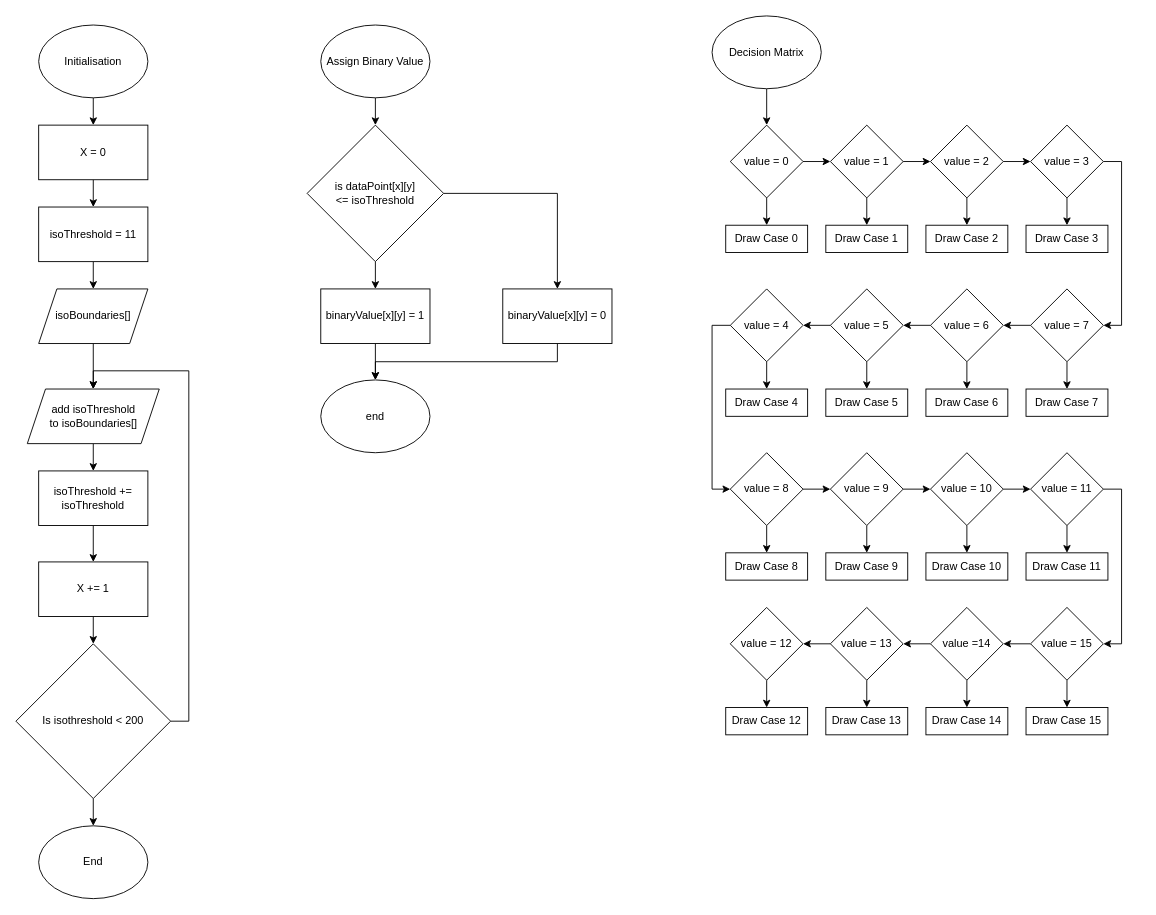
Earlier version of the draw.io diagram Assets/isolinealgorithm.drawio (olliej111/RTS-Unit-Control). Source tidied: cells renumbered, new cells numbered last; positions are measured from the earlier drawing's top-left corner, leaving out a move shared by most shapes. Both pictures are drawn from the tidied source at 91%, with x=0, y=0 at pixel (15, 15).
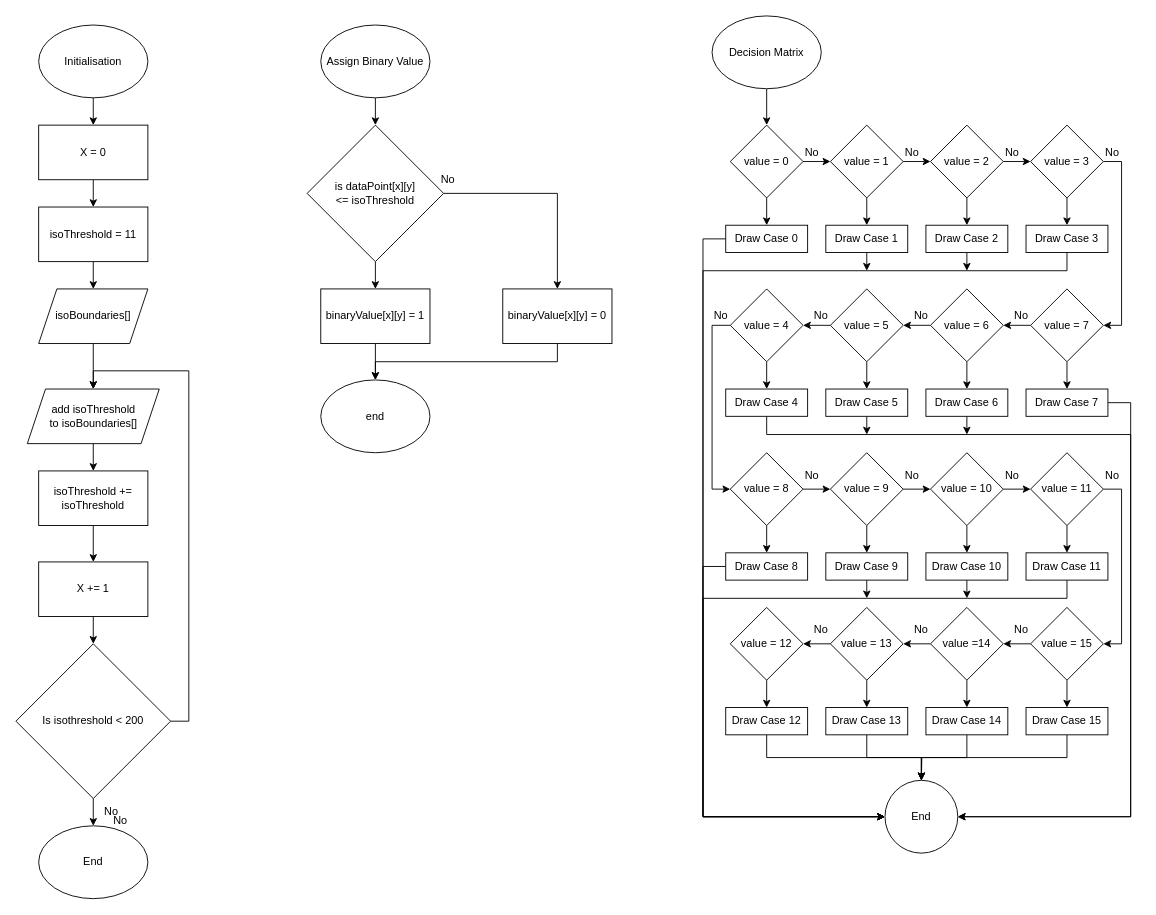
Above is the later version.

The change refers to these unchanged cells:
```xml
<mxCell id="79" value="Draw Case 0" style="rounded=0;whiteSpace=wrap;html=1;" parent="1" vertex="1">
  <mxGeometry x="780" y="230" width="90" height="30" as="geometry" />
</mxCell>
<mxCell id="80" value="Draw Case 1" style="rounded=0;whiteSpace=wrap;html=1;" parent="1" vertex="1">
  <mxGeometry x="890" y="230" width="90" height="30" as="geometry" />
</mxCell>
<mxCell id="81" value="Draw Case 2" style="rounded=0;whiteSpace=wrap;html=1;" parent="1" vertex="1">
  <mxGeometry x="1000" y="230" width="90" height="30" as="geometry" />
</mxCell>
<mxCell id="82" value="Draw Case 3" style="rounded=0;whiteSpace=wrap;html=1;" parent="1" vertex="1">
  <mxGeometry x="1110" y="230" width="90" height="30" as="geometry" />
</mxCell>
<mxCell id="83" value="Draw Case 4" style="rounded=0;whiteSpace=wrap;html=1;" parent="1" vertex="1">
  <mxGeometry x="780" y="410" width="90" height="30" as="geometry" />
</mxCell>
<mxCell id="84" value="Draw Case 5" style="rounded=0;whiteSpace=wrap;html=1;" parent="1" vertex="1">
  <mxGeometry x="890" y="410" width="90" height="30" as="geometry" />
</mxCell>
<mxCell id="85" value="Draw Case 6" style="rounded=0;whiteSpace=wrap;html=1;" parent="1" vertex="1">
  <mxGeometry x="1000" y="410" width="90" height="30" as="geometry" />
</mxCell>
<mxCell id="86" value="Draw Case 7" style="rounded=0;whiteSpace=wrap;html=1;" parent="1" vertex="1">
  <mxGeometry x="1110" y="410" width="90" height="30" as="geometry" />
</mxCell>
<mxCell id="87" value="Draw Case 8" style="rounded=0;whiteSpace=wrap;html=1;" parent="1" vertex="1">
  <mxGeometry x="780" y="590" width="90" height="30" as="geometry" />
</mxCell>
<mxCell id="88" value="Draw Case 9" style="rounded=0;whiteSpace=wrap;html=1;" parent="1" vertex="1">
  <mxGeometry x="890" y="590" width="90" height="30" as="geometry" />
</mxCell>
<mxCell id="89" value="Draw Case 10" style="rounded=0;whiteSpace=wrap;html=1;" parent="1" vertex="1">
  <mxGeometry x="1000" y="590" width="90" height="30" as="geometry" />
</mxCell>
<mxCell id="90" value="Draw Case 11" style="rounded=0;whiteSpace=wrap;html=1;" parent="1" vertex="1">
  <mxGeometry x="1110" y="590" width="90" height="30" as="geometry" />
</mxCell>
<mxCell id="91" value="Draw Case 12" style="rounded=0;whiteSpace=wrap;html=1;" parent="1" vertex="1">
  <mxGeometry x="780" y="760" width="90" height="30" as="geometry" />
</mxCell>
<mxCell id="92" value="Draw Case 13" style="rounded=0;whiteSpace=wrap;html=1;" parent="1" vertex="1">
  <mxGeometry x="890" y="760" width="90" height="30" as="geometry" />
</mxCell>
<mxCell id="93" value="Draw Case 14" style="rounded=0;whiteSpace=wrap;html=1;" parent="1" vertex="1">
  <mxGeometry x="1000" y="760" width="90" height="30" as="geometry" />
</mxCell>
<mxCell id="94" value="Draw Case 15" style="rounded=0;whiteSpace=wrap;html=1;" parent="1" vertex="1">
  <mxGeometry x="1110" y="760" width="90" height="30" as="geometry" />
</mxCell>
```

Change to the diagram source:
```diff
@@
+    <mxCell id="95" style="edgeStyle=orthogonalEdgeStyle;rounded=0;jettySize=auto;html=1;exitX=0;exitY=0.5;exitDx=0;exitDy=0;entryX=0;entryY=0.5;entryDx=0;entryDy=0;" parent="1" edge="1" source="79" target="111">
+      <mxGeometry relative="1" as="geometry">
+        <Array as="points">
+          <mxPoint x="755" y="245" />
+          <mxPoint x="755" y="880" />
+        </Array>
+      </mxGeometry>
+    </mxCell>
@@
+    <mxCell id="96" style="edgeStyle=orthogonalEdgeStyle;rounded=0;jettySize=auto;html=1;exitX=0.5;exitY=1;exitDx=0;exitDy=0;" parent="1" edge="1" source="80">
+      <mxGeometry relative="1" as="geometry">
+        <mxPoint x="935" y="280" as="targetPoint" />
+      </mxGeometry>
+    </mxCell>
@@
+    <mxCell id="97" style="edgeStyle=orthogonalEdgeStyle;rounded=0;jettySize=auto;html=1;exitX=0.5;exitY=1;exitDx=0;exitDy=0;" parent="1" edge="1" source="81">
+      <mxGeometry relative="1" as="geometry">
+        <mxPoint x="1045" y="280" as="targetPoint" />
+      </mxGeometry>
+    </mxCell>
@@
+    <mxCell id="98" style="edgeStyle=orthogonalEdgeStyle;rounded=0;jettySize=auto;html=1;exitX=0.5;exitY=1;exitDx=0;exitDy=0;entryX=0;entryY=0.5;entryDx=0;entryDy=0;" parent="1" edge="1" source="82" target="111">
+      <mxGeometry relative="1" as="geometry">
+        <Array as="points">
+          <mxPoint x="1155" y="280" />
+          <mxPoint x="755" y="280" />
+          <mxPoint x="755" y="880" />
+        </Array>
+      </mxGeometry>
+    </mxCell>
@@
+    <mxCell id="99" style="edgeStyle=orthogonalEdgeStyle;rounded=0;jettySize=auto;html=1;exitX=0.5;exitY=1;exitDx=0;exitDy=0;" parent="1" edge="1" source="83">
+      <mxGeometry relative="1" as="geometry">
+        <mxPoint x="1035" y="880" as="targetPoint" />
+        <Array as="points">
+          <mxPoint x="825" y="460" />
+          <mxPoint x="1225" y="460" />
+          <mxPoint x="1225" y="880" />
+        </Array>
+      </mxGeometry>
+    </mxCell>
@@
+    <mxCell id="100" style="edgeStyle=orthogonalEdgeStyle;rounded=0;jettySize=auto;html=1;exitX=0.5;exitY=1;exitDx=0;exitDy=0;" parent="1" edge="1" source="84">
+      <mxGeometry relative="1" as="geometry">
+        <mxPoint x="935" y="460" as="targetPoint" />
+      </mxGeometry>
+    </mxCell>
@@
+    <mxCell id="101" style="edgeStyle=orthogonalEdgeStyle;rounded=0;jettySize=auto;html=1;exitX=0.5;exitY=1;exitDx=0;exitDy=0;" parent="1" edge="1" source="85">
+      <mxGeometry relative="1" as="geometry">
+        <mxPoint x="1045" y="460" as="targetPoint" />
+      </mxGeometry>
+    </mxCell>
@@
+    <mxCell id="102" style="edgeStyle=orthogonalEdgeStyle;rounded=0;jettySize=auto;html=1;exitX=1;exitY=0.5;exitDx=0;exitDy=0;entryX=1;entryY=0.5;entryDx=0;entryDy=0;" parent="1" edge="1" source="86" target="111">
+      <mxGeometry relative="1" as="geometry">
+        <Array as="points">
+          <mxPoint x="1225" y="425" />
+          <mxPoint x="1225" y="880" />
+        </Array>
+      </mxGeometry>
+    </mxCell>
@@
+    <mxCell id="103" style="edgeStyle=orthogonalEdgeStyle;rounded=0;jettySize=auto;html=1;exitX=0;exitY=0.5;exitDx=0;exitDy=0;entryX=0;entryY=0.5;entryDx=0;entryDy=0;" parent="1" edge="1" source="87" target="111">
+      <mxGeometry relative="1" as="geometry">
+        <Array as="points">
+          <mxPoint x="755" y="605" />
+          <mxPoint x="755" y="880" />
+        </Array>
+      </mxGeometry>
+    </mxCell>
@@
+    <mxCell id="104" style="edgeStyle=orthogonalEdgeStyle;rounded=0;jettySize=auto;html=1;exitX=0.5;exitY=1;exitDx=0;exitDy=0;" parent="1" edge="1" source="88">
+      <mxGeometry relative="1" as="geometry">
+        <mxPoint x="935" y="640" as="targetPoint" />
+      </mxGeometry>
+    </mxCell>
@@
+    <mxCell id="105" style="edgeStyle=orthogonalEdgeStyle;rounded=0;jettySize=auto;html=1;exitX=0.5;exitY=1;exitDx=0;exitDy=0;" parent="1" edge="1" source="89">
+      <mxGeometry relative="1" as="geometry">
+        <mxPoint x="1045" y="640" as="targetPoint" />
+      </mxGeometry>
+    </mxCell>
@@
+    <mxCell id="106" style="edgeStyle=orthogonalEdgeStyle;rounded=0;jettySize=auto;html=1;exitX=0.5;exitY=1;exitDx=0;exitDy=0;entryX=0;entryY=0.5;entryDx=0;entryDy=0;" parent="1" edge="1" source="90" target="111">
+      <mxGeometry relative="1" as="geometry">
+        <Array as="points">
+          <mxPoint x="1155" y="640" />
+          <mxPoint x="755" y="640" />
+          <mxPoint x="755" y="880" />
+        </Array>
+      </mxGeometry>
+    </mxCell>
@@
+    <mxCell id="107" style="edgeStyle=orthogonalEdgeStyle;rounded=0;jettySize=auto;html=1;exitX=0.5;exitY=1;exitDx=0;exitDy=0;" parent="1" edge="1" source="91" target="111">
+      <mxGeometry relative="1" as="geometry" />
+    </mxCell>
@@
+    <mxCell id="108" style="edgeStyle=orthogonalEdgeStyle;rounded=0;jettySize=auto;html=1;exitX=0.5;exitY=1;exitDx=0;exitDy=0;" parent="1" edge="1" source="92">
+      <mxGeometry relative="1" as="geometry">
+        <mxPoint x="995" y="840" as="targetPoint" />
+      </mxGeometry>
+    </mxCell>
@@
+    <mxCell id="109" style="edgeStyle=orthogonalEdgeStyle;rounded=0;jettySize=auto;html=1;exitX=0.5;exitY=1;exitDx=0;exitDy=0;entryX=0.5;entryY=0;entryDx=0;entryDy=0;" parent="1" edge="1" source="93" target="111">
+      <mxGeometry relative="1" as="geometry" />
+    </mxCell>
@@
+    <mxCell id="110" style="edgeStyle=orthogonalEdgeStyle;rounded=0;jettySize=auto;html=1;exitX=0.5;exitY=1;exitDx=0;exitDy=0;entryX=0.5;entryY=0;entryDx=0;entryDy=0;" parent="1" edge="1" source="94" target="111">
+      <mxGeometry relative="1" as="geometry" />
+    </mxCell>
@@
+    <mxCell id="111" value="End" style="ellipse;whiteSpace=wrap;html=1;" parent="1" vertex="1">
+      <mxGeometry x="955" y="840" width="80" height="80" as="geometry" />
+    </mxCell>
+    <mxCell id="112" value="No" style="text;html=1;strokeColor=none;fillColor=none;align=center;verticalAlign=middle;whiteSpace=wrap;rounded=0;" parent="1" vertex="1">
+      <mxGeometry x="845" y="135" width="60" height="30" as="geometry" />
+    </mxCell>
+    <mxCell id="113" value="No" style="text;html=1;strokeColor=none;fillColor=none;align=center;verticalAlign=middle;whiteSpace=wrap;rounded=0;" parent="1" vertex="1">
+      <mxGeometry x="955" y="135" width="60" height="30" as="geometry" />
+    </mxCell>
+    <mxCell id="114" value="No" style="text;html=1;strokeColor=none;fillColor=none;align=center;verticalAlign=middle;whiteSpace=wrap;rounded=0;" parent="1" vertex="1">
+      <mxGeometry x="1065" y="135" width="60" height="30" as="geometry" />
+    </mxCell>
+    <mxCell id="115" value="No" style="text;html=1;strokeColor=none;fillColor=none;align=center;verticalAlign=middle;whiteSpace=wrap;rounded=0;" parent="1" vertex="1">
+      <mxGeometry x="1175" y="135" width="60" height="30" as="geometry" />
+    </mxCell>
+    <mxCell id="116" value="No" style="text;html=1;strokeColor=none;fillColor=none;align=center;verticalAlign=middle;whiteSpace=wrap;rounded=0;" parent="1" vertex="1">
+      <mxGeometry x="745" y="315" width="60" height="30" as="geometry" />
+    </mxCell>
+    <mxCell id="117" value="No" style="text;html=1;strokeColor=none;fillColor=none;align=center;verticalAlign=middle;whiteSpace=wrap;rounded=0;" parent="1" vertex="1">
+      <mxGeometry x="855" y="315" width="60" height="30" as="geometry" />
+    </mxCell>
+    <mxCell id="118" value="No" style="text;html=1;strokeColor=none;fillColor=none;align=center;verticalAlign=middle;whiteSpace=wrap;rounded=0;" parent="1" vertex="1">
+      <mxGeometry x="965" y="315" width="60" height="30" as="geometry" />
+    </mxCell>
+    <mxCell id="119" value="No" style="text;html=1;strokeColor=none;fillColor=none;align=center;verticalAlign=middle;whiteSpace=wrap;rounded=0;" parent="1" vertex="1">
+      <mxGeometry x="1075" y="315" width="60" height="30" as="geometry" />
+    </mxCell>
+    <mxCell id="120" value="No" style="text;html=1;strokeColor=none;fillColor=none;align=center;verticalAlign=middle;whiteSpace=wrap;rounded=0;" parent="1" vertex="1">
+      <mxGeometry x="845" y="490" width="60" height="30" as="geometry" />
+    </mxCell>
+    <mxCell id="121" value="No" style="text;html=1;strokeColor=none;fillColor=none;align=center;verticalAlign=middle;whiteSpace=wrap;rounded=0;" parent="1" vertex="1">
+      <mxGeometry x="955" y="490" width="60" height="30" as="geometry" />
+    </mxCell>
+    <mxCell id="122" value="No" style="text;html=1;strokeColor=none;fillColor=none;align=center;verticalAlign=middle;whiteSpace=wrap;rounded=0;" parent="1" vertex="1">
+      <mxGeometry x="1065" y="490" width="60" height="30" as="geometry" />
+    </mxCell>
+    <mxCell id="123" value="No" style="text;html=1;strokeColor=none;fillColor=none;align=center;verticalAlign=middle;whiteSpace=wrap;rounded=0;" parent="1" vertex="1">
+      <mxGeometry x="1175" y="490" width="60" height="30" as="geometry" />
+    </mxCell>
+    <mxCell id="124" value="No" style="text;html=1;strokeColor=none;fillColor=none;align=center;verticalAlign=middle;whiteSpace=wrap;rounded=0;" parent="1" vertex="1">
+      <mxGeometry x="855" y="660" width="60" height="30" as="geometry" />
+    </mxCell>
+    <mxCell id="125" value="No" style="text;html=1;strokeColor=none;fillColor=none;align=center;verticalAlign=middle;whiteSpace=wrap;rounded=0;" parent="1" vertex="1">
+      <mxGeometry x="965" y="660" width="60" height="30" as="geometry" />
+    </mxCell>
+    <mxCell id="126" value="No" style="text;html=1;strokeColor=none;fillColor=none;align=center;verticalAlign=middle;whiteSpace=wrap;rounded=0;" parent="1" vertex="1">
+      <mxGeometry x="1075" y="660" width="60" height="30" as="geometry" />
+    </mxCell>
+    <mxCell id="127" value="No" style="text;html=1;strokeColor=none;fillColor=none;align=center;verticalAlign=middle;whiteSpace=wrap;rounded=0;" parent="1" vertex="1">
+      <mxGeometry x="75" y="860" width="60" height="30" as="geometry" />
+    </mxCell>
+    <mxCell id="128" value="No" style="text;html=1;strokeColor=none;fillColor=none;align=center;verticalAlign=middle;whiteSpace=wrap;rounded=0;" parent="1" vertex="1">
+      <mxGeometry x="85" y="870" width="60" height="30" as="geometry" />
+    </mxCell>
+    <mxCell id="129" value="No" style="text;html=1;strokeColor=none;fillColor=none;align=center;verticalAlign=middle;whiteSpace=wrap;rounded=0;" parent="1" vertex="1">
+      <mxGeometry x="445" y="165" width="60" height="30" as="geometry" />
+    </mxCell>
```
